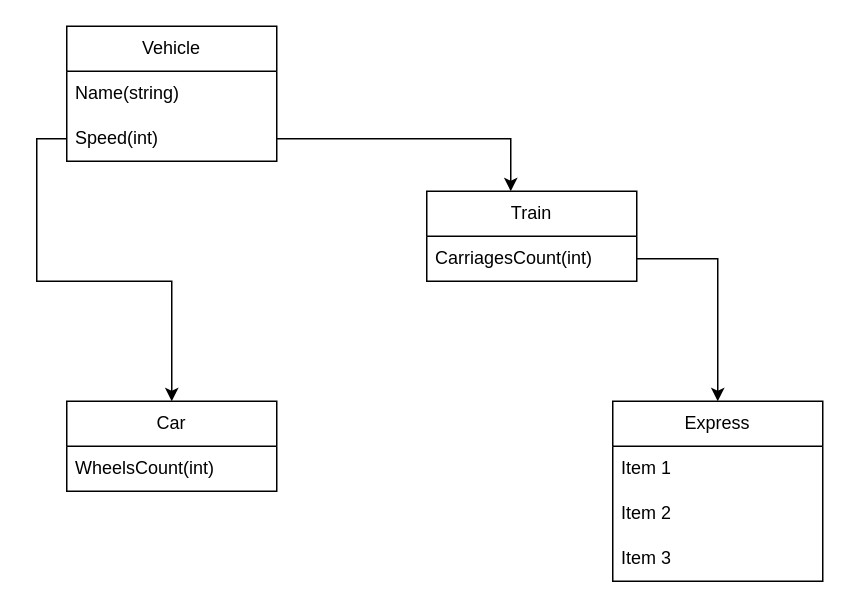
Earlier version of the draw.io diagram Ієрархія класів.drawio (Sorokovsky/Task). Source tidied: cells renumbered, new cells numbered last; positions are measured from the earlier drawing's top-left corner, leaving out a move shared by most shapes. Both pictures are drawn from the tidied source at 150%, with x=0, y=0 at pixel (66, 26).
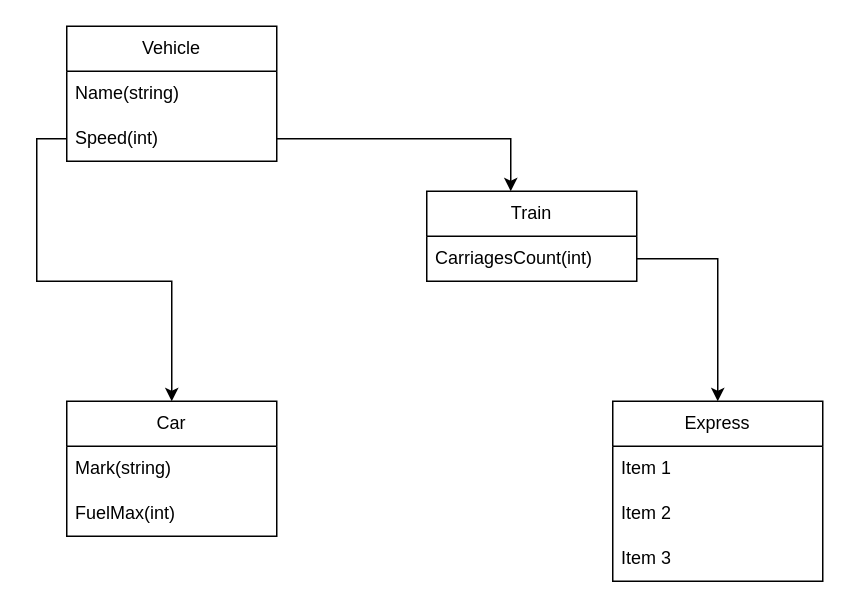
Above is the later version.

The edit, as a diff of the source:
```diff
@@
 <mxGraphModel>
   <root>
     <mxCell id="0" />
     <mxCell id="1" parent="0" />
     <mxCell id="2" value="Vehicle" style="swimlane;fontStyle=0;horizontal=1;startSize=30;whiteSpace=wrap;html=1;" parent="1" vertex="1">
       <mxGeometry width="140" height="90" as="geometry" />
     </mxCell>
     <mxCell id="3" value="Name(string)" style="text;strokeColor=none;fillColor=none;align=left;verticalAlign=middle;spacingLeft=4;spacingRight=4;overflow=hidden;whiteSpace=wrap;html=1;" parent="2" vertex="1">
       <mxGeometry y="30" width="140" height="30" as="geometry" />
     </mxCell>
     <mxCell id="4" value="Speed(int&lt;span style=&quot;background-color: initial;&quot;&gt;)&lt;/span&gt;" style="text;strokeColor=none;fillColor=none;align=left;verticalAlign=middle;spacingLeft=4;spacingRight=4;overflow=hidden;points=[[0,0.5],[1,0.5]];portConstraint=eastwest;whiteSpace=wrap;html=1;" parent="2" vertex="1">
       <mxGeometry y="60" width="140" height="30" as="geometry" />
     </mxCell>
     <mxCell id="5" value="Car" style="swimlane;fontStyle=0;horizontal=1;startSize=30;whiteSpace=wrap;html=1;" parent="1" vertex="1">
-      <mxGeometry y="250" width="140" height="60" as="geometry" />
+      <mxGeometry y="250" width="140" height="90" as="geometry" />
     </mxCell>
-    <mxCell id="6" value="WheelsCount(int)" style="text;strokeColor=none;fillColor=none;align=left;verticalAlign=middle;spacingLeft=4;spacingRight=4;overflow=hidden;whiteSpace=wrap;html=1;" parent="5" vertex="1">
+    <mxCell id="6" value="Mark(string)" style="text;strokeColor=none;fillColor=none;align=left;verticalAlign=middle;spacingLeft=4;spacingRight=4;overflow=hidden;whiteSpace=wrap;html=1;" parent="5" vertex="1">
       <mxGeometry y="30" width="140" height="30" as="geometry" />
     </mxCell>
+    <mxCell id="16" value="Fue&lt;span style=&quot;background-color: initial;&quot;&gt;l&lt;/span&gt;&lt;span style=&quot;background-color: initial;&quot;&gt;Max(int)&lt;/span&gt;" style="text;strokeColor=none;fillColor=none;align=left;verticalAlign=middle;spacingLeft=4;spacingRight=4;overflow=hidden;whiteSpace=wrap;html=1;" parent="5" vertex="1">
+      <mxGeometry y="60" width="140" height="30" as="geometry" />
+    </mxCell>
     <mxCell id="7" value="Train" style="swimlane;fontStyle=0;horizontal=1;startSize=30;whiteSpace=wrap;html=1;" parent="1" vertex="1">
       <mxGeometry x="240" y="110" width="140" height="60" as="geometry" />
     </mxCell>
     <mxCell id="8" value="CarriagesCount(int)" style="text;strokeColor=none;fillColor=none;align=left;verticalAlign=middle;spacingLeft=4;spacingRight=4;overflow=hidden;points=[[0,0.5],[1,0.5]];portConstraint=eastwest;whiteSpace=wrap;html=1;" parent="7" vertex="1">
       <mxGeometry y="30" width="140" height="30" as="geometry" />
     </mxCell>
     <mxCell id="9" style="edgeStyle=orthogonalEdgeStyle;rounded=0;jettySize=auto;html=1;entryX=0.4;entryY=0;entryDx=0;entryDy=0;entryPerimeter=0;" parent="1" edge="1" source="4" target="7">
       <mxGeometry relative="1" as="geometry" />
     </mxCell>
     <mxCell id="10" value="Express" style="swimlane;fontStyle=0;horizontal=1;startSize=30;whiteSpace=wrap;html=1;" parent="1" vertex="1">
       <mxGeometry x="364" y="250" width="140" height="120" as="geometry" />
     </mxCell>
     <mxCell id="11" value="Item 1" style="text;strokeColor=none;fillColor=none;align=left;verticalAlign=middle;spacingLeft=4;spacingRight=4;overflow=hidden;whiteSpace=wrap;html=1;" parent="10" vertex="1">
       <mxGeometry y="30" width="140" height="30" as="geometry" />
     </mxCell>
     <mxCell id="12" value="Item 2" style="text;strokeColor=none;fillColor=none;align=left;verticalAlign=middle;spacingLeft=4;spacingRight=4;overflow=hidden;whiteSpace=wrap;html=1;" parent="10" vertex="1">
       <mxGeometry y="60" width="140" height="30" as="geometry" />
     </mxCell>
     <mxCell id="13" value="Item 3" style="text;strokeColor=none;fillColor=none;align=left;verticalAlign=middle;spacingLeft=4;spacingRight=4;overflow=hidden;whiteSpace=wrap;html=1;" parent="10" vertex="1">
       <mxGeometry y="90" width="140" height="30" as="geometry" />
     </mxCell>
     <mxCell id="14" style="edgeStyle=orthogonalEdgeStyle;rounded=0;jettySize=auto;html=1;exitX=1;exitY=0.5;exitDx=0;exitDy=0;entryX=0.5;entryY=0;entryDx=0;entryDy=0;" parent="1" edge="1" source="8" target="10">
       <mxGeometry relative="1" as="geometry" />
     </mxCell>
     <mxCell id="15" style="edgeStyle=orthogonalEdgeStyle;rounded=0;jettySize=auto;html=1;" parent="1" edge="1" source="4" target="5">
       <mxGeometry relative="1" as="geometry" />
     </mxCell>
   </root>
 </mxGraphModel>
```
